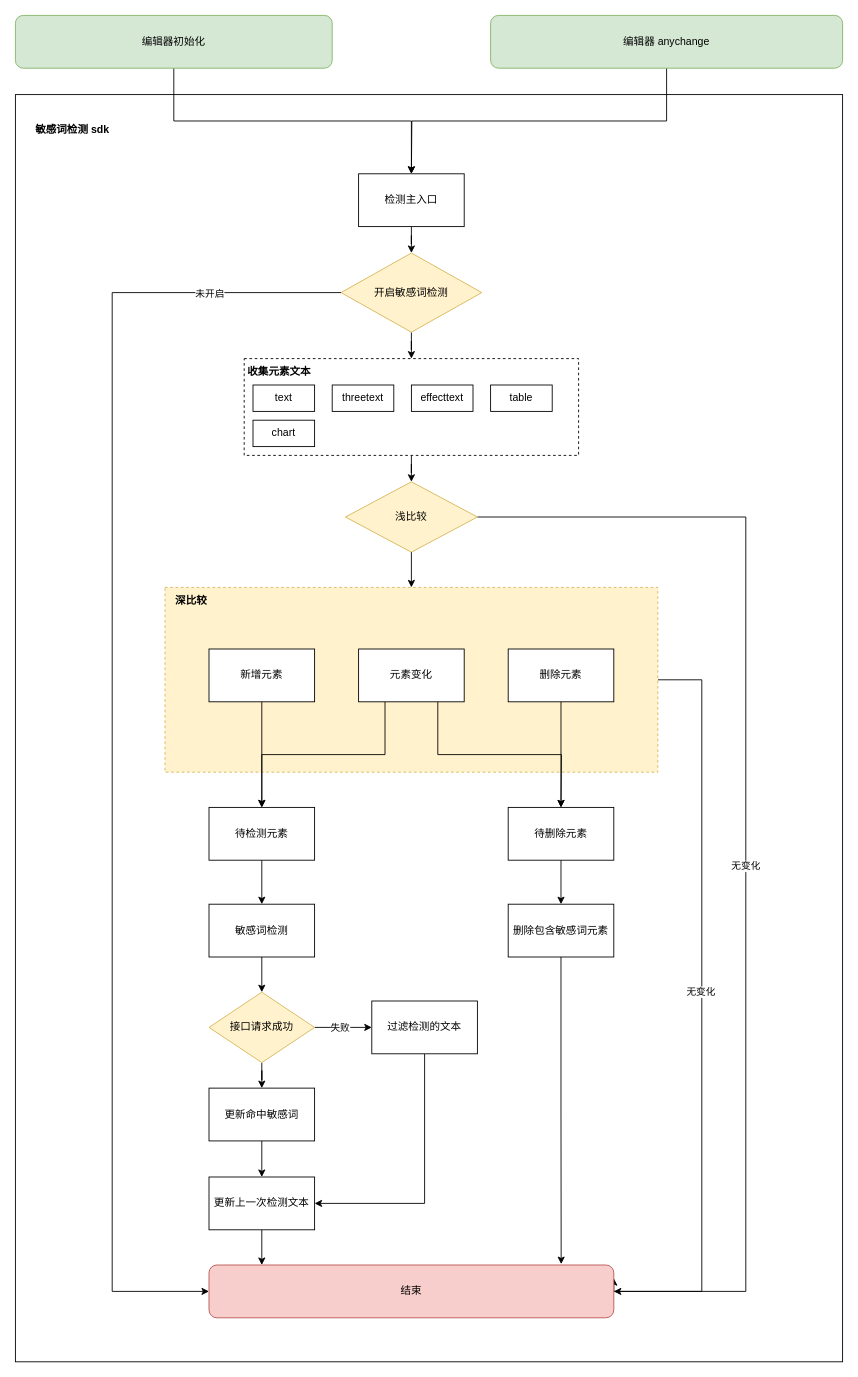
TNT-Likely/diagrams keeps this draw.io diagram as worker/ka 敏感词检测.drawio. Above is the earlier version. Source tidied: cells renumbered, new cells numbered last; positions are measured from the earlier drawing's top-left corner, leaving out a move shared by most shapes. Both pictures are drawn from the tidied source at 88%, with x=0, y=0 at pixel (15, 15).
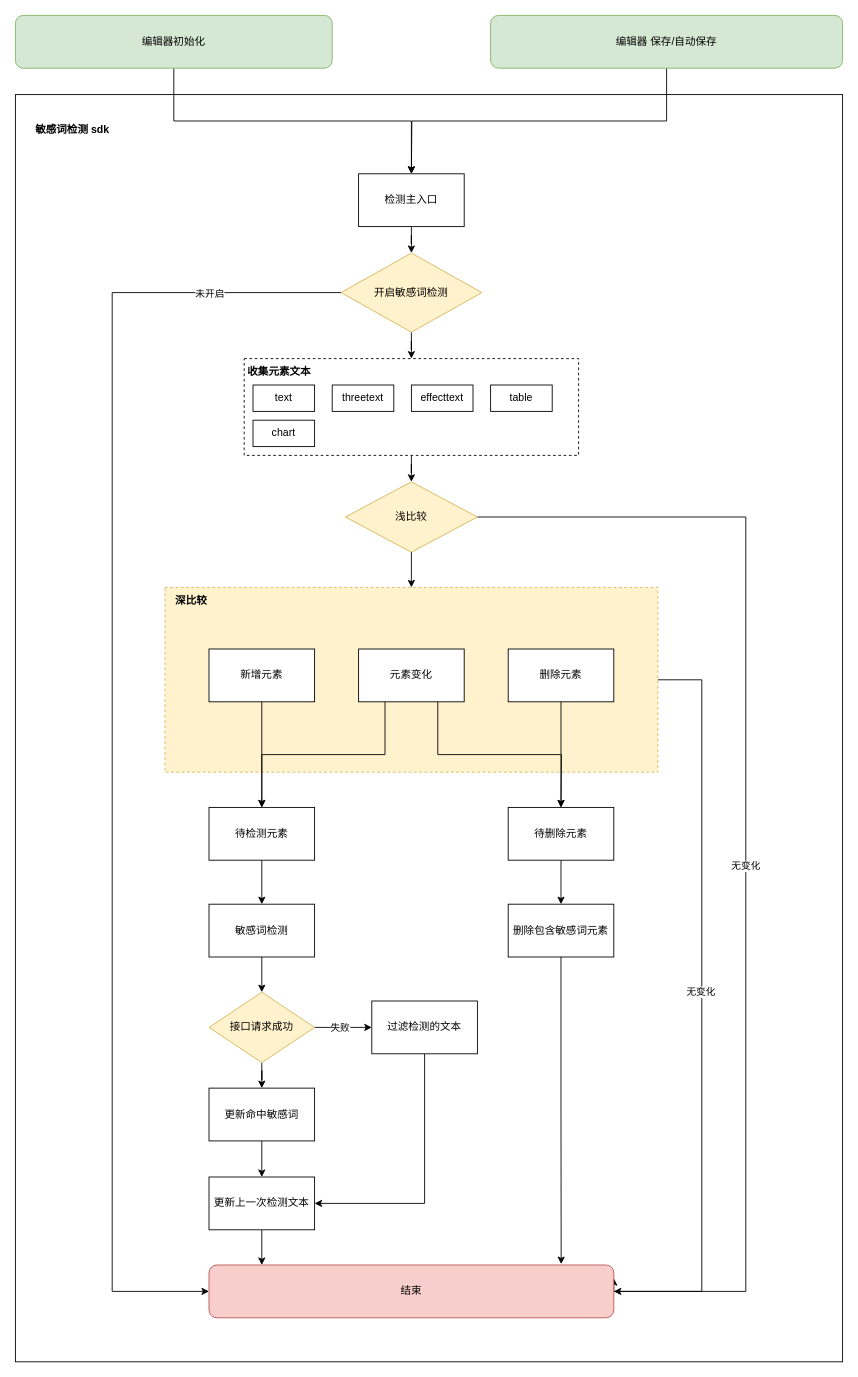
Above is the later version.

Commit message (it also covers changes not shown here):
更新ka 敏感词检测.drawio

Diff of the diagram source:
```diff
@@
-    <mxCell id="6" value="编辑器 anychange" style="rounded=1;whiteSpace=wrap;html=1;fillColor=#d5e8d4;strokeColor=#82b366;" parent="1" vertex="1">
+    <mxCell id="6" value="编辑器 保存/自动保存" style="rounded=1;whiteSpace=wrap;html=1;fillColor=#d5e8d4;strokeColor=#82b366;" parent="1" vertex="1">
       <mxGeometry x="540" width="400" height="60" as="geometry" />
     </mxCell>
```
